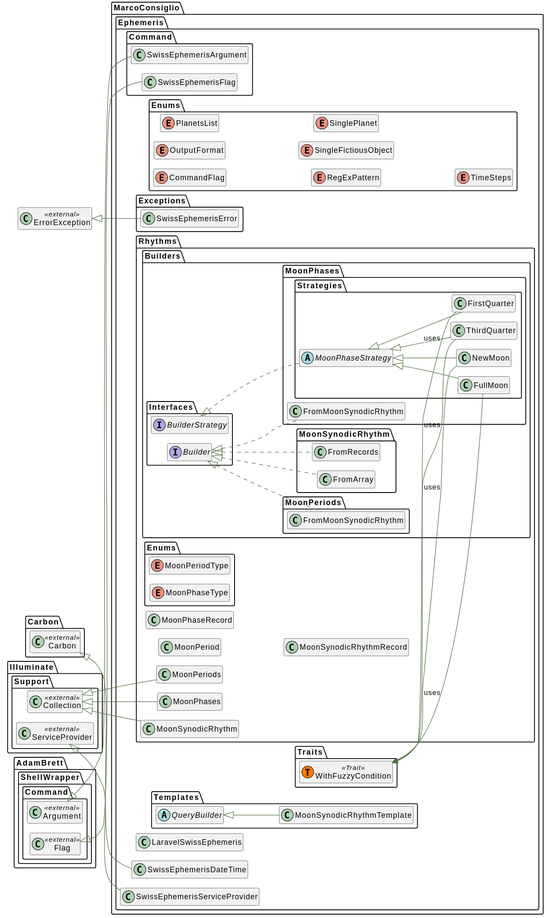
MarcoConsiglio/laravel-swiss-ephemeris keeps this PlantUML diagram as docs/html/graphs/classes.svg. Above is the earlier version.
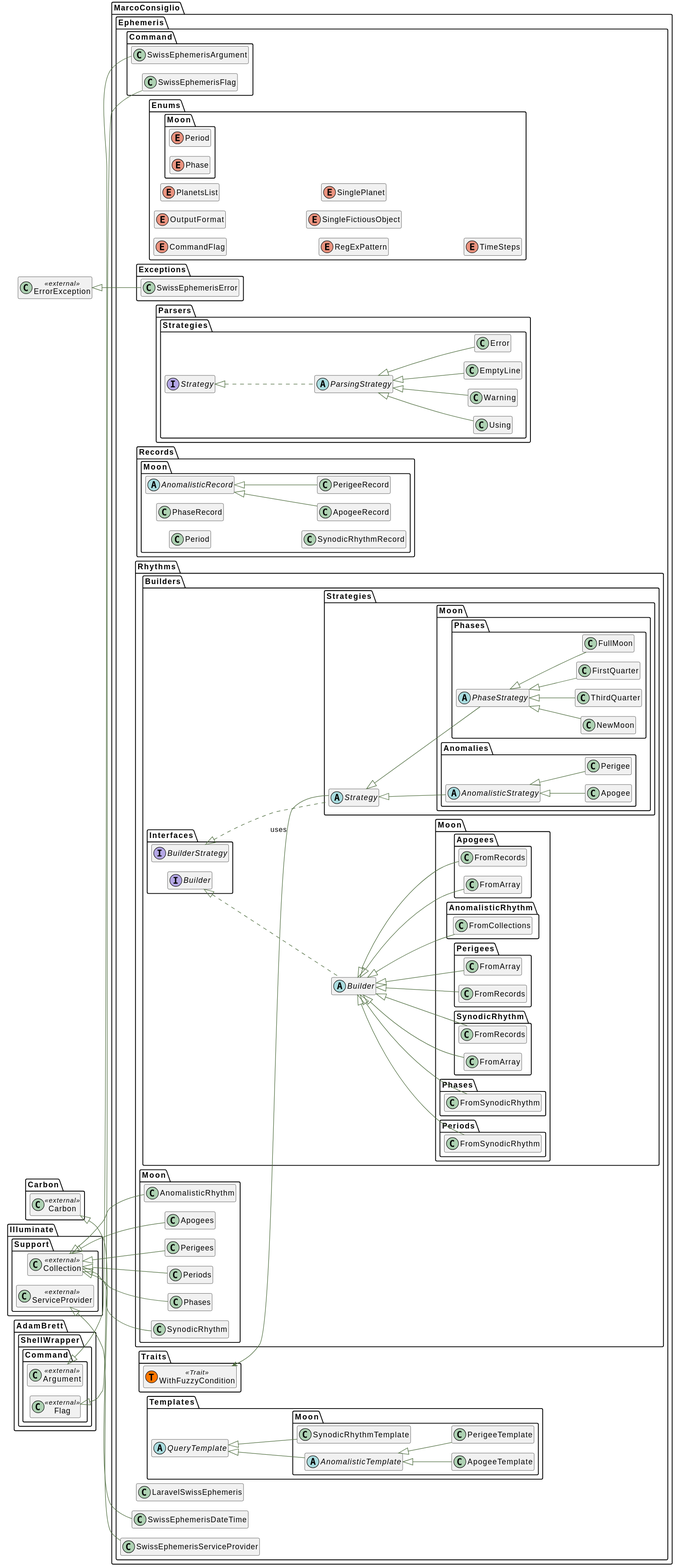
After the change.

Diff of the diagram source:
```diff
@@ -77,106 +77,203 @@
     enum "TimeSteps" as TimeSteps__enum {
     }
 }
+namespace MarcoConsiglio\\Ephemeris\\Enums\\Moon {
+    enum "Period" as Period__enum {
+    }
+}
+namespace MarcoConsiglio\\Ephemeris\\Enums\\Moon {
+    enum "Phase" as Phase__enum {
+    }
+}
 class "ErrorException" as ErrorException__class << external >>{
 }
 namespace MarcoConsiglio\\Ephemeris\\Exceptions {
      class "SwissEphemerisError" as SwissEphemerisError__class   extends \\ErrorException__class  {
     }
 }
-namespace MarcoConsiglio\\Ephemeris\\Rhythms {
-     class "MoonPeriod" as MoonPeriod__class    {
+namespace MarcoConsiglio\\Ephemeris\\Parsers\\Strategies {
+    interface "Strategy" as Strategy__interface  {
+    }
+}
+namespace MarcoConsiglio\\Ephemeris\\Parsers\\Strategies {
+    abstract  class "ParsingStrategy" as ParsingStrategy__class    implements \\MarcoConsiglio\\Ephemeris\\Parsers\\Strategies\\Strategy__interface {
+    }
+}
+namespace MarcoConsiglio\\Ephemeris\\Parsers\\Strategies {
+     class "EmptyLine" as EmptyLine__class   extends \\MarcoConsiglio\\Ephemeris\\Parsers\\Strategies\\ParsingStrategy__class  {
+    }
+}
+namespace MarcoConsiglio\\Ephemeris\\Parsers\\Strategies {
+     class "Error" as Error__class   extends \\MarcoConsiglio\\Ephemeris\\Parsers\\Strategies\\ParsingStrategy__class  {
+    }
+}
+namespace MarcoConsiglio\\Ephemeris\\Parsers\\Strategies {
+     class "Using" as Using__class   extends \\MarcoConsiglio\\Ephemeris\\Parsers\\Strategies\\ParsingStrategy__class  {
+    }
+}
+namespace MarcoConsiglio\\Ephemeris\\Parsers\\Strategies {
+     class "Warning" as Warning__class   extends \\MarcoConsiglio\\Ephemeris\\Parsers\\Strategies\\ParsingStrategy__class  {
+    }
+}
+namespace MarcoConsiglio\\Ephemeris\\Records\\Moon {
+    abstract  class "AnomalisticRecord" as AnomalisticRecord__class    {
+    }
+}
+namespace MarcoConsiglio\\Ephemeris\\Records\\Moon {
+     class "ApogeeRecord" as ApogeeRecord__class   extends \\MarcoConsiglio\\Ephemeris\\Records\\Moon\\AnomalisticRecord__class  {
+    }
+}
+namespace MarcoConsiglio\\Ephemeris\\Records\\Moon {
+     class "PerigeeRecord" as PerigeeRecord__class   extends \\MarcoConsiglio\\Ephemeris\\Records\\Moon\\AnomalisticRecord__class  {
+    }
+}
+namespace MarcoConsiglio\\Ephemeris\\Records\\Moon {
+     class "Period" as Period__class    {
+    }
+}
+namespace MarcoConsiglio\\Ephemeris\\Records\\Moon {
+     class "PhaseRecord" as PhaseRecord__class    {
+    }
+}
+namespace MarcoConsiglio\\Ephemeris\\Records\\Moon {
+     class "SynodicRhythmRecord" as SynodicRhythmRecord__class    {
+    }
+}
+namespace MarcoConsiglio\\Ephemeris\\Rhythms\\Builders\\Interfaces {
+    interface "Builder" as Builder__interface  {
+    }
+}
+namespace MarcoConsiglio\\Ephemeris\\Rhythms\\Builders {
+    abstract  class "Builder" as Builder__class    implements \\MarcoConsiglio\\Ephemeris\\Rhythms\\Builders\\Interfaces\\Builder__interface {
+    }
+}
+namespace MarcoConsiglio\\Ephemeris\\Rhythms\\Builders\\Interfaces {
+    interface "BuilderStrategy" as BuilderStrategy__interface  {
+    }
+}
+namespace MarcoConsiglio\\Ephemeris\\Rhythms\\Builders\\Moon\\AnomalisticRhythm {
+     class "FromCollections" as FromCollections__class   extends \\MarcoConsiglio\\Ephemeris\\Rhythms\\Builders\\Builder__class  {
+    }
+}
+namespace MarcoConsiglio\\Ephemeris\\Rhythms\\Builders\\Moon\\Apogees {
+     class "FromArray" as FromArray__class   extends \\MarcoConsiglio\\Ephemeris\\Rhythms\\Builders\\Builder__class  {
+    }
+}
+namespace MarcoConsiglio\\Ephemeris\\Rhythms\\Builders\\Moon\\Apogees {
+     class "FromRecords" as FromRecords__class   extends \\MarcoConsiglio\\Ephemeris\\Rhythms\\Builders\\Builder__class  {
+    }
+}
+namespace MarcoConsiglio\\Ephemeris\\Rhythms\\Builders\\Moon\\Perigees {
+     class "FromArray" as FromArray__class   extends \\MarcoConsiglio\\Ephemeris\\Rhythms\\Builders\\Builder__class  {
+    }
+}
+namespace MarcoConsiglio\\Ephemeris\\Rhythms\\Builders\\Moon\\Perigees {
+     class "FromRecords" as FromRecords__class   extends \\MarcoConsiglio\\Ephemeris\\Rhythms\\Builders\\Builder__class  {
+    }
+}
+namespace MarcoConsiglio\\Ephemeris\\Rhythms\\Builders\\Moon\\Periods {
+     class "FromSynodicRhythm" as FromSynodicRhythm__class   extends \\MarcoConsiglio\\Ephemeris\\Rhythms\\Builders\\Builder__class  {
+    }
+}
+namespace MarcoConsiglio\\Ephemeris\\Rhythms\\Builders\\Moon\\Phases {
+     class "FromSynodicRhythm" as FromSynodicRhythm__class   extends \\MarcoConsiglio\\Ephemeris\\Rhythms\\Builders\\Builder__class  {
+    }
+}
+namespace MarcoConsiglio\\Ephemeris\\Rhythms\\Builders\\Moon\\SynodicRhythm {
+     class "FromArray" as FromArray__class   extends \\MarcoConsiglio\\Ephemeris\\Rhythms\\Builders\\Builder__class  {
+    }
+}
+namespace MarcoConsiglio\\Ephemeris\\Rhythms\\Builders\\Moon\\SynodicRhythm {
+     class "FromRecords" as FromRecords__class   extends \\MarcoConsiglio\\Ephemeris\\Rhythms\\Builders\\Builder__class  {
+    }
+}
+namespace MarcoConsiglio\\Ephemeris\\Traits {
+    class "WithFuzzyCondition"  as WithFuzzyCondition__trait << (T,#FF7700) Trait >> {
+    }
+}
+\\MarcoConsiglio\\Ephemeris\\Traits\\WithFuzzyCondition__trait <-- \\MarcoConsiglio\\Ephemeris\\Rhythms\\Builders\\Strategies\\Strategy__class : uses
+namespace MarcoConsiglio\\Ephemeris\\Rhythms\\Builders\\Strategies {
+    abstract  class "Strategy" as Strategy__class    implements \\MarcoConsiglio\\Ephemeris\\Rhythms\\Builders\\Interfaces\\BuilderStrategy__interface {
+    }
+}
+namespace MarcoConsiglio\\Ephemeris\\Rhythms\\Builders\\Strategies\\Moon\\Anomalies {
+    abstract  class "AnomalisticStrategy" as AnomalisticStrategy__class   extends \\MarcoConsiglio\\Ephemeris\\Rhythms\\Builders\\Strategies\\Strategy__class  {
+    }
+}
+namespace MarcoConsiglio\\Ephemeris\\Rhythms\\Builders\\Strategies\\Moon\\Anomalies {
+     class "Apogee" as Apogee__class   extends \\MarcoConsiglio\\Ephemeris\\Rhythms\\Builders\\Strategies\\Moon\\Anomalies\\AnomalisticStrategy__class  {
+    }
+}
+namespace MarcoConsiglio\\Ephemeris\\Rhythms\\Builders\\Strategies\\Moon\\Anomalies {
+     class "Perigee" as Perigee__class   extends \\MarcoConsiglio\\Ephemeris\\Rhythms\\Builders\\Strategies\\Moon\\Anomalies\\AnomalisticStrategy__class  {
+    }
+}
+namespace MarcoConsiglio\\Ephemeris\\Rhythms\\Builders\\Strategies\\Moon\\Phases {
+    abstract  class "PhaseStrategy" as PhaseStrategy__class   extends \\MarcoConsiglio\\Ephemeris\\Rhythms\\Builders\\Strategies\\Strategy__class  {
+    }
+}
+namespace MarcoConsiglio\\Ephemeris\\Rhythms\\Builders\\Strategies\\Moon\\Phases {
+     class "FirstQuarter" as FirstQuarter__class   extends \\MarcoConsiglio\\Ephemeris\\Rhythms\\Builders\\Strategies\\Moon\\Phases\\PhaseStrategy__class  {
+    }
+}
+namespace MarcoConsiglio\\Ephemeris\\Rhythms\\Builders\\Strategies\\Moon\\Phases {
+     class "FullMoon" as FullMoon__class   extends \\MarcoConsiglio\\Ephemeris\\Rhythms\\Builders\\Strategies\\Moon\\Phases\\PhaseStrategy__class  {
+    }
+}
+namespace MarcoConsiglio\\Ephemeris\\Rhythms\\Builders\\Strategies\\Moon\\Phases {
+     class "NewMoon" as NewMoon__class   extends \\MarcoConsiglio\\Ephemeris\\Rhythms\\Builders\\Strategies\\Moon\\Phases\\PhaseStrategy__class  {
+    }
+}
+namespace MarcoConsiglio\\Ephemeris\\Rhythms\\Builders\\Strategies\\Moon\\Phases {
+     class "ThirdQuarter" as ThirdQuarter__class   extends \\MarcoConsiglio\\Ephemeris\\Rhythms\\Builders\\Strategies\\Moon\\Phases\\PhaseStrategy__class  {
     }
 }
 namespace Illuminate\\Support {
     class "Collection" as Collection__class << external >>{
     }
 }
-namespace MarcoConsiglio\\Ephemeris\\Rhythms {
-     class "MoonPeriods" as MoonPeriods__class   extends \\Illuminate\\Support\\Collection__class  {
+namespace MarcoConsiglio\\Ephemeris\\Rhythms\\Moon {
+     class "AnomalisticRhythm" as AnomalisticRhythm__class   extends \\Illuminate\\Support\\Collection__class  {
     }
 }
-namespace MarcoConsiglio\\Ephemeris\\Rhythms {
-     class "MoonPhaseRecord" as MoonPhaseRecord__class    {
+namespace MarcoConsiglio\\Ephemeris\\Rhythms\\Moon {
+     class "Apogees" as Apogees__class   extends \\Illuminate\\Support\\Collection__class  {
     }
 }
-namespace MarcoConsiglio\\Ephemeris\\Rhythms {
-     class "MoonPhases" as MoonPhases__class   extends \\Illuminate\\Support\\Collection__class  {
+namespace MarcoConsiglio\\Ephemeris\\Rhythms\\Moon {
+     class "Perigees" as Perigees__class   extends \\Illuminate\\Support\\Collection__class  {
     }
 }
-namespace MarcoConsiglio\\Ephemeris\\Rhythms {
-     class "MoonSynodicRhythm" as MoonSynodicRhythm__class   extends \\Illuminate\\Support\\Collection__class  {
+namespace MarcoConsiglio\\Ephemeris\\Rhythms\\Moon {
+     class "Periods" as Periods__class   extends \\Illuminate\\Support\\Collection__class  {
     }
 }
-namespace MarcoConsiglio\\Ephemeris\\Rhythms {
-     class "MoonSynodicRhythmRecord" as MoonSynodicRhythmRecord__class    {
+namespace MarcoConsiglio\\Ephemeris\\Rhythms\\Moon {
+     class "Phases" as Phases__class   extends \\Illuminate\\Support\\Collection__class  {
     }
 }
-namespace MarcoConsiglio\\Ephemeris\\Rhythms\\Builders\\Interfaces {
-    interface "Builder" as Builder__interface  {
-    }
-}
-namespace MarcoConsiglio\\Ephemeris\\Rhythms\\Builders\\Interfaces {
-    interface "BuilderStrategy" as BuilderStrategy__interface  {
-    }
-}
-namespace MarcoConsiglio\\Ephemeris\\Rhythms\\Builders\\MoonPeriods {
-     class "FromMoonSynodicRhythm" as FromMoonSynodicRhythm__class    implements \\MarcoConsiglio\\Ephemeris\\Rhythms\\Builders\\Interfaces\\Builder__interface {
-    }
-}
-namespace MarcoConsiglio\\Ephemeris\\Rhythms\\Builders\\MoonPhases {
-     class "FromMoonSynodicRhythm" as FromMoonSynodicRhythm__class    implements \\MarcoConsiglio\\Ephemeris\\Rhythms\\Builders\\Interfaces\\Builder__interface {
-    }
-}
-namespace MarcoConsiglio\\Ephemeris\\Rhythms\\Builders\\MoonPhases\\Strategies {
-    abstract  class "MoonPhaseStrategy" as MoonPhaseStrategy__class    implements \\MarcoConsiglio\\Ephemeris\\Rhythms\\Builders\\Interfaces\\BuilderStrategy__interface {
-    }
-}
-namespace MarcoConsiglio\\Ephemeris\\Traits {
-    class "WithFuzzyCondition"  as WithFuzzyCondition__trait << (T,#FF7700) Trait >> {
-    }
-}
-\\MarcoConsiglio\\Ephemeris\\Traits\\WithFuzzyCondition__trait <-- \\MarcoConsiglio\\Ephemeris\\Rhythms\\Builders\\MoonPhases\\Strategies\\FirstQuarter__class : uses
-namespace MarcoConsiglio\\Ephemeris\\Rhythms\\Builders\\MoonPhases\\Strategies {
-     class "FirstQuarter" as FirstQuarter__class   extends \\MarcoConsiglio\\Ephemeris\\Rhythms\\Builders\\MoonPhases\\Strategies\\MoonPhaseStrategy__class  {
-    }
-}
-\\MarcoConsiglio\\Ephemeris\\Traits\\WithFuzzyCondition__trait <-- \\MarcoConsiglio\\Ephemeris\\Rhythms\\Builders\\MoonPhases\\Strategies\\FullMoon__class : uses
-namespace MarcoConsiglio\\Ephemeris\\Rhythms\\Builders\\MoonPhases\\Strategies {
-     class "FullMoon" as FullMoon__class   extends \\MarcoConsiglio\\Ephemeris\\Rhythms\\Builders\\MoonPhases\\Strategies\\MoonPhaseStrategy__class  {
-    }
-}
-\\MarcoConsiglio\\Ephemeris\\Traits\\WithFuzzyCondition__trait <-- \\MarcoConsiglio\\Ephemeris\\Rhythms\\Builders\\MoonPhases\\Strategies\\NewMoon__class : uses
-namespace MarcoConsiglio\\Ephemeris\\Rhythms\\Builders\\MoonPhases\\Strategies {
-     class "NewMoon" as NewMoon__class   extends \\MarcoConsiglio\\Ephemeris\\Rhythms\\Builders\\MoonPhases\\Strategies\\MoonPhaseStrategy__class  {
-    }
-}
-\\MarcoConsiglio\\Ephemeris\\Traits\\WithFuzzyCondition__trait <-- \\MarcoConsiglio\\Ephemeris\\Rhythms\\Builders\\MoonPhases\\Strategies\\ThirdQuarter__class : uses
-namespace MarcoConsiglio\\Ephemeris\\Rhythms\\Builders\\MoonPhases\\Strategies {
-     class "ThirdQuarter" as ThirdQuarter__class   extends \\MarcoConsiglio\\Ephemeris\\Rhythms\\Builders\\MoonPhases\\Strategies\\MoonPhaseStrategy__class  {
-    }
-}
-namespace MarcoConsiglio\\Ephemeris\\Rhythms\\Builders\\MoonSynodicRhythm {
-     class "FromArray" as FromArray__class    implements \\MarcoConsiglio\\Ephemeris\\Rhythms\\Builders\\Interfaces\\Builder__interface {
-    }
-}
-namespace MarcoConsiglio\\Ephemeris\\Rhythms\\Builders\\MoonSynodicRhythm {
-     class "FromRecords" as FromRecords__class    implements \\MarcoConsiglio\\Ephemeris\\Rhythms\\Builders\\Interfaces\\Builder__interface {
-    }
-}
-namespace MarcoConsiglio\\Ephemeris\\Rhythms\\Enums {
-    enum "MoonPeriodType" as MoonPeriodType__enum {
-    }
-}
-namespace MarcoConsiglio\\Ephemeris\\Rhythms\\Enums {
-    enum "MoonPhaseType" as MoonPhaseType__enum {
+namespace MarcoConsiglio\\Ephemeris\\Rhythms\\Moon {
+     class "SynodicRhythm" as SynodicRhythm__class   extends \\Illuminate\\Support\\Collection__class  {
     }
 }
 namespace MarcoConsiglio\\Ephemeris\\Templates {
-    abstract  class "QueryBuilder" as QueryBuilder__class    {
+    abstract  class "QueryTemplate" as QueryTemplate__class    {
     }
 }
-namespace MarcoConsiglio\\Ephemeris\\Templates {
-     class "MoonSynodicRhythmTemplate" as MoonSynodicRhythmTemplate__class   extends \\MarcoConsiglio\\Ephemeris\\Templates\\QueryBuilder__class  {
+namespace MarcoConsiglio\\Ephemeris\\Templates\\Moon {
+    abstract  class "AnomalisticTemplate" as AnomalisticTemplate__class   extends \\MarcoConsiglio\\Ephemeris\\Templates\\QueryTemplate__class  {
+    }
+}
+namespace MarcoConsiglio\\Ephemeris\\Templates\\Moon {
+     class "ApogeeTemplate" as ApogeeTemplate__class   extends \\MarcoConsiglio\\Ephemeris\\Templates\\Moon\\AnomalisticTemplate__class  {
+    }
+}
+namespace MarcoConsiglio\\Ephemeris\\Templates\\Moon {
+     class "PerigeeTemplate" as PerigeeTemplate__class   extends \\MarcoConsiglio\\Ephemeris\\Templates\\Moon\\AnomalisticTemplate__class  {
+    }
+}
+namespace MarcoConsiglio\\Ephemeris\\Templates\\Moon {
+     class "SynodicRhythmTemplate" as SynodicRhythmTemplate__class   extends \\MarcoConsiglio\\Ephemeris\\Templates\\QueryTemplate__class  {
     }
 }
 @enduml
```
